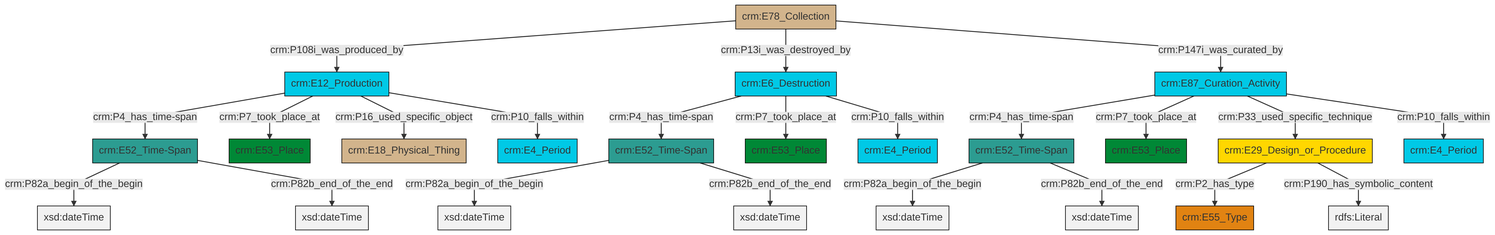
The Mermaid diagram et/archivalCSV/ttl/mmd/png/archival_existence.png in swiss-art-research-net/docs.swissartresearch, before a commit. Its source is kept beside it as et/archivalCSV/ttl/mmd/archival_existence.ttl.mmd.
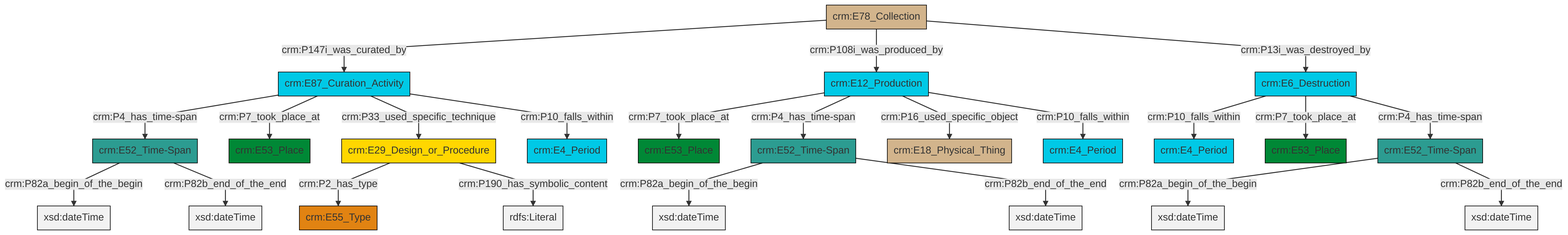
Above is the later version.

Change to the diagram source:
```diff
@@ -13,25 +13,25 @@
 classDef PC_Classes fill:#4ce600, stroke:#000000;
 classDef Multi fill:#cccccc,stroke:#000000;
 
-4["crm:E12_Production"]:::Temporal_Entity -->|crm:P4_has_time-span| 5["crm:E52_Time-Span"]:::Time-Span
-6["crm:E78_Collection"]:::Physical_Thing -->|crm:P108i_was_produced_by| 4["crm:E12_Production"]:::Temporal_Entity
-7["crm:E6_Destruction"]:::Temporal_Entity -->|crm:P4_has_time-span| 8["crm:E52_Time-Span"]:::Time-Span
-2["crm:E29_Design_or_Procedure"]:::Conceptual_Object -->|crm:P2_has_type| 9["crm:E55_Type"]:::Type
-12["crm:E87_Curation_Activity"]:::Temporal_Entity -->|crm:P4_has_time-span| 13["crm:E52_Time-Span"]:::Time-Span
-6["crm:E78_Collection"]:::Physical_Thing -->|crm:P13i_was_destroyed_by| 7["crm:E6_Destruction"]:::Temporal_Entity
-7["crm:E6_Destruction"]:::Temporal_Entity -->|crm:P7_took_place_at| 15["crm:E53_Place"]:::Place
-12["crm:E87_Curation_Activity"]:::Temporal_Entity -->|crm:P7_took_place_at| 19["crm:E53_Place"]:::Place
-4["crm:E12_Production"]:::Temporal_Entity -->|crm:P7_took_place_at| 21["crm:E53_Place"]:::Place
-2["crm:E29_Design_or_Procedure"]:::Conceptual_Object -->|crm:P190_has_symbolic_content| 22[rdfs:Literal]:::Literal
-4["crm:E12_Production"]:::Temporal_Entity -->|crm:P16_used_specific_object| 10["crm:E18_Physical_Thing"]:::Physical_Thing
-13["crm:E52_Time-Span"]:::Time-Span -->|crm:P82a_begin_of_the_begin| 26[xsd:dateTime]:::Literal
-13["crm:E52_Time-Span"]:::Time-Span -->|crm:P82b_end_of_the_end| 27[xsd:dateTime]:::Literal
-5["crm:E52_Time-Span"]:::Time-Span -->|crm:P82a_begin_of_the_begin| 28[xsd:dateTime]:::Literal
-5["crm:E52_Time-Span"]:::Time-Span -->|crm:P82b_end_of_the_end| 29[xsd:dateTime]:::Literal
-12["crm:E87_Curation_Activity"]:::Temporal_Entity -->|crm:P33_used_specific_technique| 2["crm:E29_Design_or_Procedure"]:::Conceptual_Object
-7["crm:E6_Destruction"]:::Temporal_Entity -->|crm:P10_falls_within| 0["crm:E4_Period"]:::Temporal_Entity
-6["crm:E78_Collection"]:::Physical_Thing -->|crm:P147i_was_curated_by| 12["crm:E87_Curation_Activity"]:::Temporal_Entity
-4["crm:E12_Production"]:::Temporal_Entity -->|crm:P10_falls_within| 30["crm:E4_Period"]:::Temporal_Entity
-8["crm:E52_Time-Span"]:::Time-Span -->|crm:P82a_begin_of_the_begin| 33[xsd:dateTime]:::Literal
-8["crm:E52_Time-Span"]:::Time-Span -->|crm:P82b_end_of_the_end| 34[xsd:dateTime]:::Literal
-12["crm:E87_Curation_Activity"]:::Temporal_Entity -->|crm:P10_falls_within| 17["crm:E4_Period"]:::Temporal_Entity
+0["crm:E52_Time-Span"]:::Time-Span -->|crm:P82a_begin_of_the_begin| 1[xsd:dateTime]:::Literal
+2["crm:E29_Design_or_Procedure"]:::Conceptual_Object -->|crm:P2_has_type| 3["crm:E55_Type"]:::Type
+6["crm:E12_Production"]:::Temporal_Entity -->|crm:P7_took_place_at| 7["crm:E53_Place"]:::Place
+10["crm:E52_Time-Span"]:::Time-Span -->|crm:P82a_begin_of_the_begin| 11[xsd:dateTime]:::Literal
+12["crm:E6_Destruction"]:::Temporal_Entity -->|crm:P10_falls_within| 13["crm:E4_Period"]:::Temporal_Entity
+14["crm:E52_Time-Span"]:::Time-Span -->|crm:P82a_begin_of_the_begin| 15[xsd:dateTime]:::Literal
+4["crm:E87_Curation_Activity"]:::Temporal_Entity -->|crm:P4_has_time-span| 0["crm:E52_Time-Span"]:::Time-Span
+2["crm:E29_Design_or_Procedure"]:::Conceptual_Object -->|crm:P190_has_symbolic_content| 18[rdfs:Literal]:::Literal
+12["crm:E6_Destruction"]:::Temporal_Entity -->|crm:P7_took_place_at| 8["crm:E53_Place"]:::Place
+4["crm:E87_Curation_Activity"]:::Temporal_Entity -->|crm:P7_took_place_at| 23["crm:E53_Place"]:::Place
+6["crm:E12_Production"]:::Temporal_Entity -->|crm:P4_has_time-span| 10["crm:E52_Time-Span"]:::Time-Span
+14["crm:E52_Time-Span"]:::Time-Span -->|crm:P82b_end_of_the_end| 27[xsd:dateTime]:::Literal
+4["crm:E87_Curation_Activity"]:::Temporal_Entity -->|crm:P33_used_specific_technique| 2["crm:E29_Design_or_Procedure"]:::Conceptual_Object
+4["crm:E87_Curation_Activity"]:::Temporal_Entity -->|crm:P10_falls_within| 19["crm:E4_Period"]:::Temporal_Entity
+10["crm:E52_Time-Span"]:::Time-Span -->|crm:P82b_end_of_the_end| 28[xsd:dateTime]:::Literal
+6["crm:E12_Production"]:::Temporal_Entity -->|crm:P16_used_specific_object| 29["crm:E18_Physical_Thing"]:::Physical_Thing
+6["crm:E12_Production"]:::Temporal_Entity -->|crm:P10_falls_within| 25["crm:E4_Period"]:::Temporal_Entity
+33["crm:E78_Collection"]:::Physical_Thing -->|crm:P147i_was_curated_by| 4["crm:E87_Curation_Activity"]:::Temporal_Entity
+33["crm:E78_Collection"]:::Physical_Thing -->|crm:P108i_was_produced_by| 6["crm:E12_Production"]:::Temporal_Entity
+12["crm:E6_Destruction"]:::Temporal_Entity -->|crm:P4_has_time-span| 14["crm:E52_Time-Span"]:::Time-Span
+33["crm:E78_Collection"]:::Physical_Thing -->|crm:P13i_was_destroyed_by| 12["crm:E6_Destruction"]:::Temporal_Entity
+0["crm:E52_Time-Span"]:::Time-Span -->|crm:P82b_end_of_the_end| 36[xsd:dateTime]:::Literal
```
